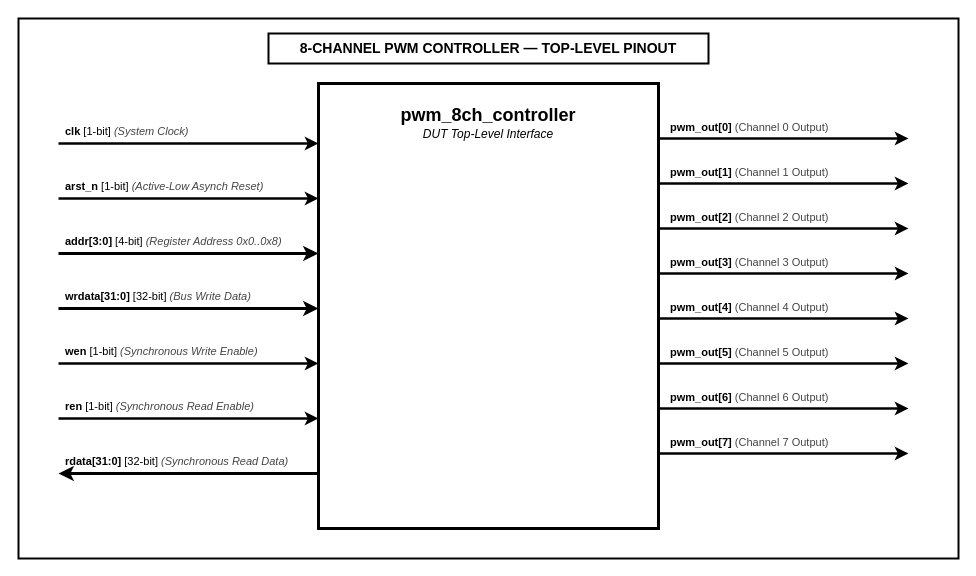
This is documents/src/pwm_controller_pinout.drawio from adnsemicon/intern_2611, a draw.io file, before an edit. Source tidied: cells renumbered, new cells numbered last; positions are measured from the earlier drawing's top-left corner, leaving out a move shared by most shapes. Both pictures are drawn from the tidied source at 100%, with x=0, y=0 at pixel (18, 18).
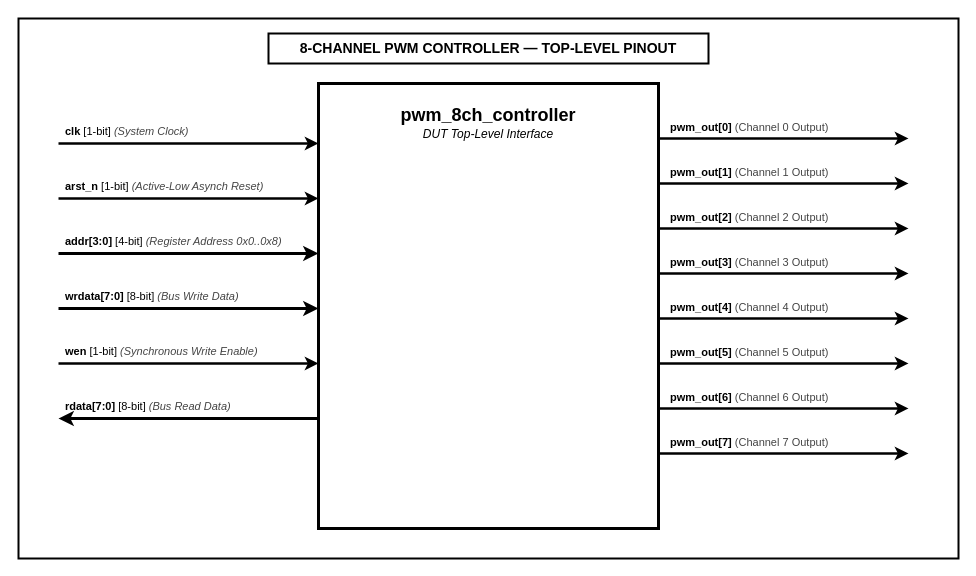
After the change.

What changed in the source:
```diff
@@
-    <mxCell id="12" value="&lt;b&gt;wrdata[31:0]&lt;/b&gt; [32-bit] &lt;i style=&quot;color:#444;&quot;&gt;(Bus Write Data)&lt;/i&gt;" style="text;html=1;align=left;verticalAlign=bottom;strokeColor=none;fillColor=none;fontColor=#000000;fontSize=11;" parent="1" vertex="1">
+    <mxCell id="12" value="&lt;b&gt;wrdata[7:0]&lt;/b&gt; [8-bit] &lt;i style=&quot;color:#444;&quot;&gt;(Bus Write Data)&lt;/i&gt;" style="text;html=1;align=left;verticalAlign=bottom;strokeColor=none;fillColor=none;fontColor=#000000;fontSize=11;" parent="1" vertex="1">
       <mxGeometry x="45" y="267" width="245" height="20" as="geometry" />
     </mxCell>
@@
-    <mxCell id="15" style="endArrow=classic;html=1;strokeColor=#000000;strokeWidth=2.5;endFill=1;" parent="1" edge="1">
-      <mxGeometry relative="1" as="geometry">
-        <mxPoint x="40" y="400" as="sourcePoint" />
-        <mxPoint x="300" y="400" as="targetPoint" />
-      </mxGeometry>
-    </mxCell>
-    <mxCell id="16" value="&lt;b&gt;ren&lt;/b&gt; [1-bit] &lt;i style=&quot;color:#444;&quot;&gt;(Synchronous Read Enable)&lt;/i&gt;" style="text;html=1;align=left;verticalAlign=bottom;strokeColor=none;fillColor=none;fontColor=#000000;fontSize=11;" parent="1" vertex="1">
-      <mxGeometry x="45" y="377" width="245" height="20" as="geometry" />
-    </mxCell>
     <mxCell id="17" style="endArrow=classic;html=1;strokeColor=#000000;strokeWidth=3;endFill=1;" parent="1" edge="1">
       <mxGeometry relative="1" as="geometry">
-        <mxPoint x="300" y="455" as="sourcePoint" />
-        <mxPoint x="40" y="455" as="targetPoint" />
+        <mxPoint x="300" y="400" as="sourcePoint" />
+        <mxPoint x="40" y="400" as="targetPoint" />
       </mxGeometry>
     </mxCell>
-    <mxCell id="18" value="&lt;b&gt;rdata[31:0]&lt;/b&gt; [32-bit] &lt;i style=&quot;color:#444;&quot;&gt;(Synchronous Read Data)&lt;/i&gt;" style="text;html=1;align=left;verticalAlign=bottom;strokeColor=none;fillColor=none;fontColor=#000000;fontSize=11;" parent="1" vertex="1">
-      <mxGeometry x="45" y="432" width="245" height="20" as="geometry" />
+    <mxCell id="18" value="&lt;b&gt;rdata[7:0]&lt;/b&gt; [8-bit] &lt;i style=&quot;color:#444;&quot;&gt;(Bus Read Data)&lt;/i&gt;" style="text;html=1;align=left;verticalAlign=bottom;strokeColor=none;fillColor=none;fontColor=#000000;fontSize=11;" parent="1" vertex="1">
+      <mxGeometry x="45" y="377" width="245" height="20" as="geometry" />
     </mxCell>
```
